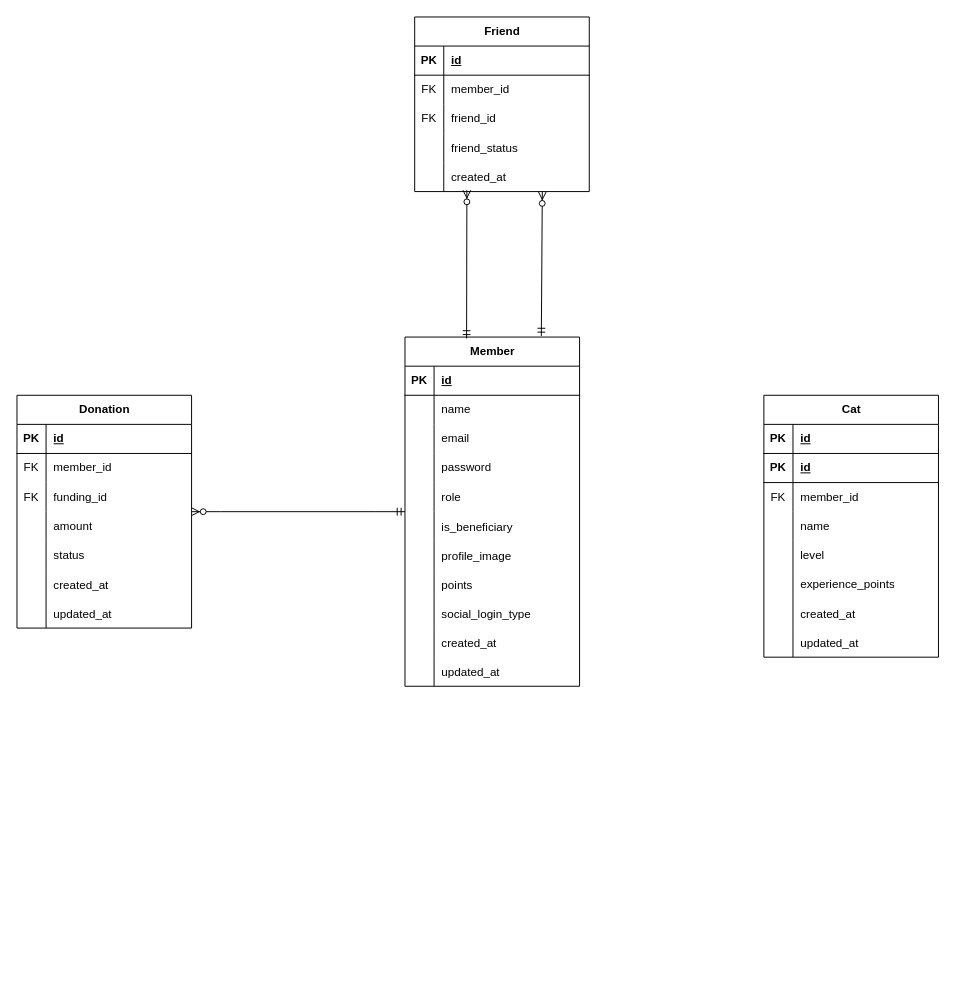
Before: ChaeumERD.drawio in 2025-Advanced-Capstone-Chaeum/ERD, a draw.io diagram. Source tidied: cells renumbered, new cells numbered last; positions are measured from the earlier drawing's top-left corner, leaving out a move shared by most shapes. Both pictures are drawn from the tidied source at 97%, with x=0, y=0 at pixel (16, 16).
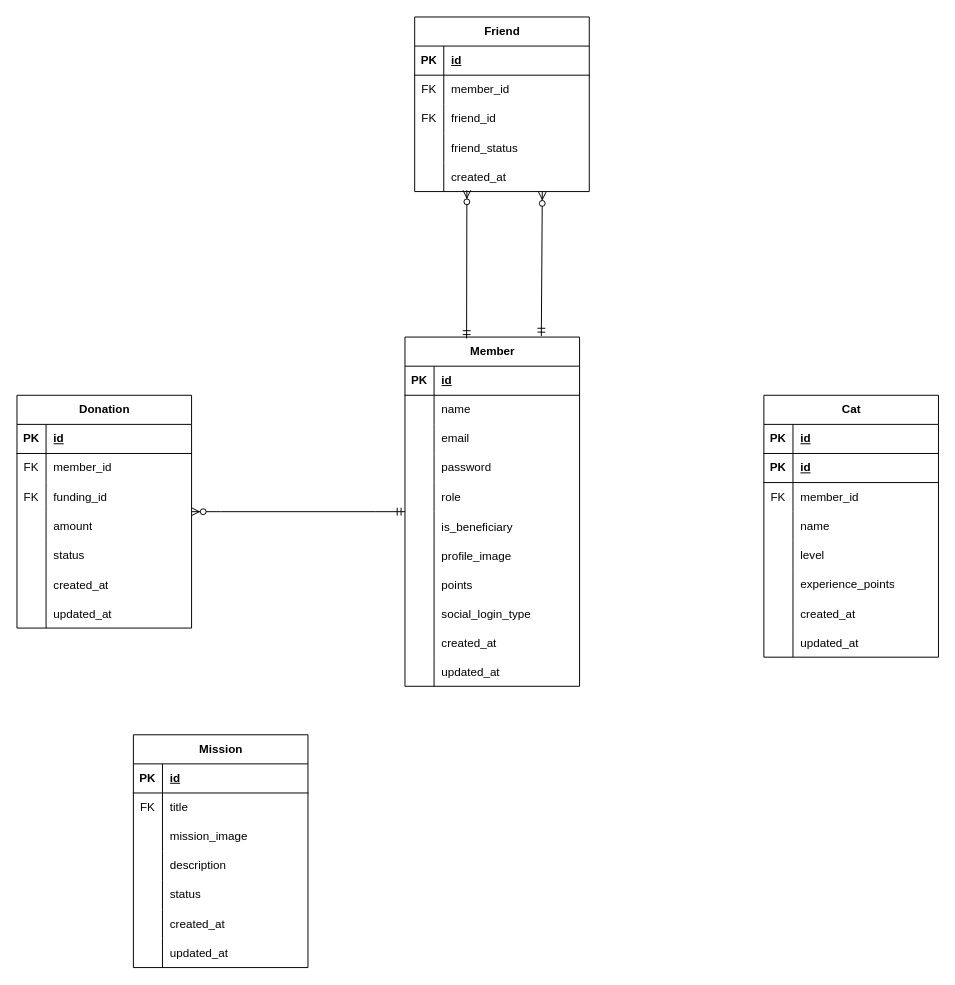
Above is the later version.

Commit message:
docs(ERD): Mission 테이블 생성

What changed in the source:
```diff
@@
+    <mxCell id="103" value="Mission" style="shape=table;startSize=30;childLayout=tableLayout;rowLines=0;fontStyle=1;align=center;html=1;" parent="1" vertex="1">
+      <mxGeometry x="120" y="740" width="180" height="240" as="geometry" />
+    </mxCell>
+    <mxCell id="104" style="shape=tableRow;horizontal=0;startSize=0;swimlaneHead=0;swimlaneBody=0;fillColor=none;top=0;left=0;right=0;bottom=1;" parent="103" vertex="1">
+      <mxGeometry y="30" width="180" height="30" as="geometry" />
+    </mxCell>
+    <mxCell id="105" value="PK" style="shape=partialRectangle;fillColor=none;top=0;left=0;bottom=0;right=0;fontStyle=1;overflow=hidden;whiteSpace=wrap;html=1;" parent="104" vertex="1">
+      <mxGeometry width="30" height="30" as="geometry" />
+    </mxCell>
+    <mxCell id="106" value="id" style="shape=partialRectangle;fillColor=none;top=0;left=0;bottom=0;right=0;align=left;spacingLeft=6;fontStyle=5;overflow=hidden;whiteSpace=wrap;html=1;" parent="104" vertex="1">
+      <mxGeometry x="30" width="150" height="30" as="geometry" />
+    </mxCell>
+    <mxCell id="107" style="shape=tableRow;horizontal=0;startSize=0;swimlaneHead=0;swimlaneBody=0;fillColor=none;top=0;left=0;right=0;bottom=0;" parent="103" vertex="1">
+      <mxGeometry y="60" width="180" height="30" as="geometry" />
+    </mxCell>
+    <mxCell id="108" value="FK" style="shape=partialRectangle;fillColor=none;top=0;left=0;bottom=0;right=0;overflow=hidden;whiteSpace=wrap;html=1;" parent="107" vertex="1">
+      <mxGeometry width="30" height="30" as="geometry" />
+    </mxCell>
+    <mxCell id="109" value="title" style="shape=partialRectangle;fillColor=none;top=0;left=0;bottom=0;right=0;align=left;spacingLeft=6;overflow=hidden;whiteSpace=wrap;html=1;" parent="107" vertex="1">
+      <mxGeometry x="30" width="150" height="30" as="geometry" />
+    </mxCell>
+    <mxCell id="110" style="shape=tableRow;horizontal=0;startSize=0;swimlaneHead=0;swimlaneBody=0;fillColor=none;top=0;left=0;right=0;bottom=0;" parent="103" vertex="1">
+      <mxGeometry y="90" width="180" height="30" as="geometry" />
+    </mxCell>
+    <mxCell id="111" style="shape=partialRectangle;fillColor=none;top=0;left=0;bottom=0;right=0;overflow=hidden;whiteSpace=wrap;html=1;" parent="110" vertex="1">
+      <mxGeometry width="30" height="30" as="geometry" />
+    </mxCell>
+    <mxCell id="112" value="mission_image" style="shape=partialRectangle;fillColor=none;top=0;left=0;bottom=0;right=0;align=left;spacingLeft=6;overflow=hidden;whiteSpace=wrap;html=1;" parent="110" vertex="1">
+      <mxGeometry x="30" width="150" height="30" as="geometry" />
+    </mxCell>
+    <mxCell id="113" style="shape=tableRow;horizontal=0;startSize=0;swimlaneHead=0;swimlaneBody=0;fillColor=none;top=0;left=0;right=0;bottom=0;" parent="103" vertex="1">
+      <mxGeometry y="120" width="180" height="30" as="geometry" />
+    </mxCell>
+    <mxCell id="114" style="shape=partialRectangle;fillColor=none;top=0;left=0;bottom=0;right=0;overflow=hidden;whiteSpace=wrap;html=1;" parent="113" vertex="1">
+      <mxGeometry width="30" height="30" as="geometry" />
+    </mxCell>
+    <mxCell id="115" value="description" style="shape=partialRectangle;fillColor=none;top=0;left=0;bottom=0;right=0;align=left;spacingLeft=6;overflow=hidden;whiteSpace=wrap;html=1;" parent="113" vertex="1">
+      <mxGeometry x="30" width="150" height="30" as="geometry" />
+    </mxCell>
+    <mxCell id="116" style="shape=tableRow;horizontal=0;startSize=0;swimlaneHead=0;swimlaneBody=0;fillColor=none;top=0;left=0;right=0;bottom=0;" parent="103" vertex="1">
+      <mxGeometry y="150" width="180" height="30" as="geometry" />
+    </mxCell>
+    <mxCell id="117" style="shape=partialRectangle;fillColor=none;top=0;left=0;bottom=0;right=0;overflow=hidden;whiteSpace=wrap;html=1;" parent="116" vertex="1">
+      <mxGeometry width="30" height="30" as="geometry" />
+    </mxCell>
+    <mxCell id="118" value="status" style="shape=partialRectangle;fillColor=none;top=0;left=0;bottom=0;right=0;align=left;spacingLeft=6;overflow=hidden;whiteSpace=wrap;html=1;" parent="116" vertex="1">
+      <mxGeometry x="30" width="150" height="30" as="geometry" />
+    </mxCell>
+    <mxCell id="119" style="shape=tableRow;horizontal=0;startSize=0;swimlaneHead=0;swimlaneBody=0;fillColor=none;top=0;left=0;right=0;bottom=0;" parent="103" vertex="1">
+      <mxGeometry y="180" width="180" height="30" as="geometry" />
+    </mxCell>
+    <mxCell id="120" style="shape=partialRectangle;fillColor=none;top=0;left=0;bottom=0;right=0;overflow=hidden;" parent="119" vertex="1">
+      <mxGeometry width="30" height="30" as="geometry" />
+    </mxCell>
+    <mxCell id="121" value="created_at" style="shape=partialRectangle;fillColor=none;top=0;left=0;bottom=0;right=0;align=left;spacingLeft=6;overflow=hidden;" parent="119" vertex="1">
+      <mxGeometry x="30" width="150" height="30" as="geometry" />
+    </mxCell>
+    <mxCell id="122" style="shape=tableRow;horizontal=0;startSize=0;swimlaneHead=0;swimlaneBody=0;fillColor=none;top=0;left=0;right=0;bottom=0;" parent="103" vertex="1">
+      <mxGeometry y="210" width="180" height="30" as="geometry" />
+    </mxCell>
+    <mxCell id="123" style="shape=partialRectangle;fillColor=none;top=0;left=0;bottom=0;right=0;overflow=hidden;" parent="122" vertex="1">
+      <mxGeometry width="30" height="30" as="geometry" />
+    </mxCell>
+    <mxCell id="124" value="updated_at" style="shape=partialRectangle;fillColor=none;top=0;left=0;bottom=0;right=0;align=left;spacingLeft=6;overflow=hidden;" parent="122" vertex="1">
+      <mxGeometry x="30" width="150" height="30" as="geometry" />
+    </mxCell>
```
